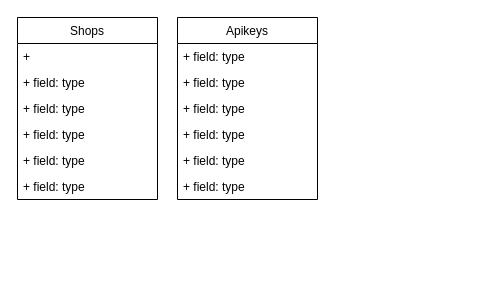
The draw.io diagram docs/model.drawio in HoangDinhSon/register-login-logout, before the edit. Source tidied: cells renumbered, new cells numbered last; positions are measured from the earlier drawing's top-left corner, leaving out a move shared by most shapes. Both pictures are drawn from the tidied source at 100%, with x=0, y=0 at pixel (17, 17).
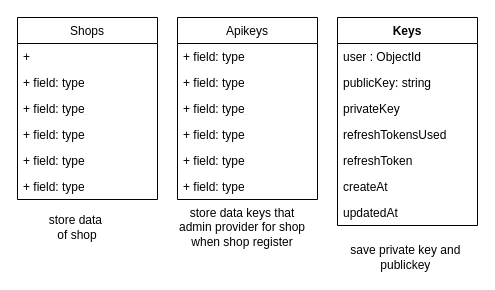
Above is the later version.

What changed in the source:
```diff
@@
+    <mxCell id="16" value="Keys" style="swimlane;fontStyle=1;horizontal=1;startSize=26;fillColor=none;" parent="1" vertex="1">
+      <mxGeometry x="320" width="140" height="208" as="geometry" />
+    </mxCell>
+    <mxCell id="17" value="user : ObjectId" style="text;strokeColor=none;fillColor=none;align=left;verticalAlign=top;spacingLeft=4;spacingRight=4;overflow=hidden;" parent="16" vertex="1">
+      <mxGeometry y="26" width="140" height="26" as="geometry" />
+    </mxCell>
+    <mxCell id="18" value="publicKey: string" style="text;strokeColor=none;fillColor=none;align=left;verticalAlign=top;spacingLeft=4;spacingRight=4;overflow=hidden;" parent="16" vertex="1">
+      <mxGeometry y="52" width="140" height="26" as="geometry" />
+    </mxCell>
+    <mxCell id="19" value="privateKey" style="text;strokeColor=none;fillColor=none;align=left;verticalAlign=top;spacingLeft=4;spacingRight=4;overflow=hidden;" parent="16" vertex="1">
+      <mxGeometry y="78" width="140" height="26" as="geometry" />
+    </mxCell>
+    <mxCell id="20" value="refreshTokensUsed " style="text;strokeColor=none;fillColor=none;align=left;verticalAlign=top;spacingLeft=4;spacingRight=4;overflow=hidden;" parent="16" vertex="1">
+      <mxGeometry y="104" width="140" height="26" as="geometry" />
+    </mxCell>
+    <mxCell id="21" value="refreshToken" style="text;strokeColor=none;fillColor=none;align=left;verticalAlign=top;spacingLeft=4;spacingRight=4;overflow=hidden;" parent="16" vertex="1">
+      <mxGeometry y="130" width="140" height="26" as="geometry" />
+    </mxCell>
+    <mxCell id="22" value="createAt " style="text;strokeColor=none;fillColor=none;align=left;verticalAlign=top;spacingLeft=4;spacingRight=4;overflow=hidden;" parent="16" vertex="1">
+      <mxGeometry y="156" width="140" height="26" as="geometry" />
+    </mxCell>
+    <mxCell id="23" value="updatedAt" style="text;strokeColor=none;fillColor=none;align=left;verticalAlign=top;spacingLeft=4;spacingRight=4;overflow=hidden;" parent="16" vertex="1">
+      <mxGeometry y="182" width="140" height="26" as="geometry" />
+    </mxCell>
+    <mxCell id="24" value="store data&amp;nbsp; of shop" style="text;html=1;strokeColor=none;fillColor=none;align=center;verticalAlign=middle;whiteSpace=wrap;rounded=0;" parent="1" vertex="1">
+      <mxGeometry x="30" y="195" width="60" height="30" as="geometry" />
+    </mxCell>
+    <mxCell id="25" value="store data keys that admin provider for shop when shop register" style="text;html=1;strokeColor=none;fillColor=none;align=center;verticalAlign=middle;whiteSpace=wrap;rounded=0;" parent="1" vertex="1">
+      <mxGeometry x="160" y="195" width="130" height="30" as="geometry" />
+    </mxCell>
+    <mxCell id="26" value="save private key and&amp;nbsp; publickey&amp;nbsp;" style="text;html=1;strokeColor=none;fillColor=none;align=center;verticalAlign=middle;whiteSpace=wrap;rounded=0;" parent="1" vertex="1">
+      <mxGeometry x="325" y="225" width="130" height="30" as="geometry" />
+    </mxCell>
```
